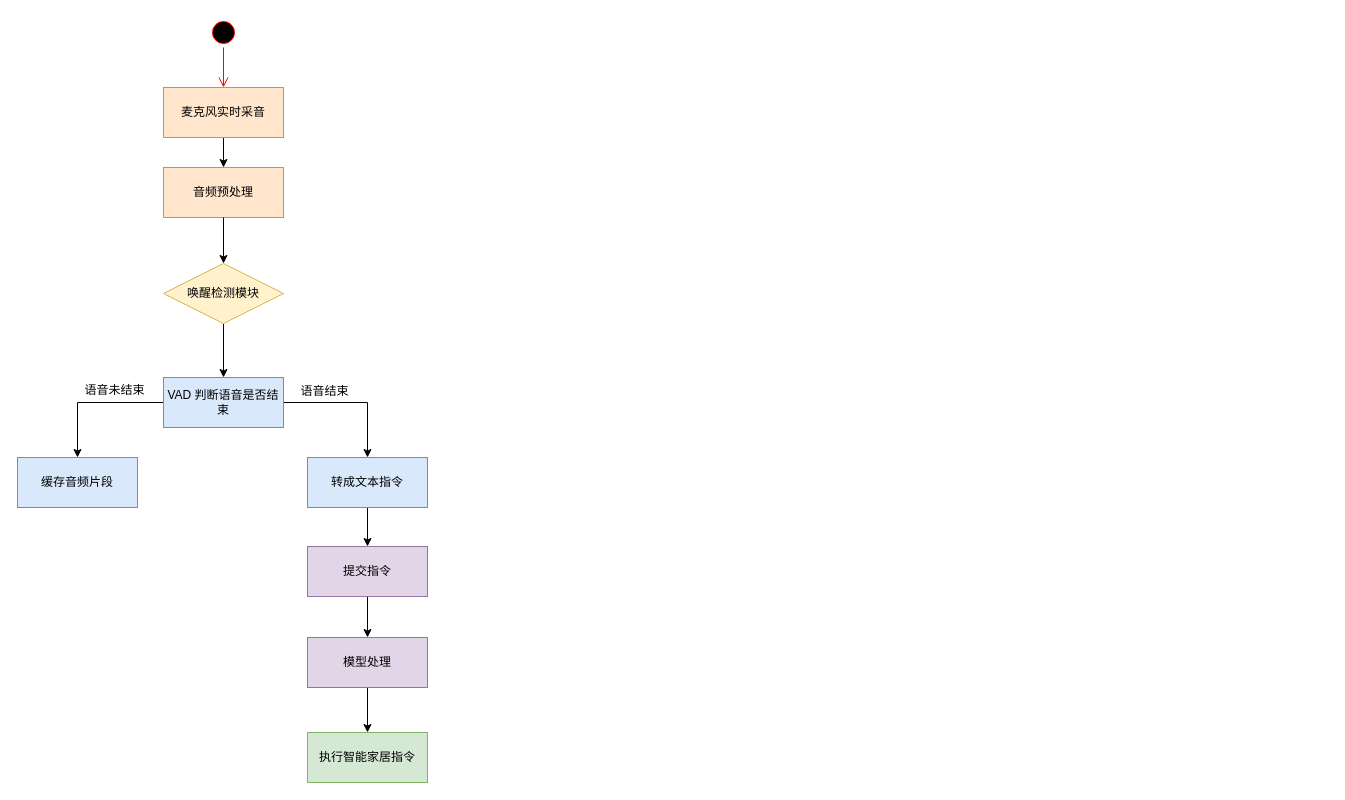
The draw.io diagram doc/voice.drawio in DEDE4306/WiseHome, before the edit. Source tidied: cells renumbered, new cells numbered last; positions are measured from the earlier drawing's top-left corner, leaving out a move shared by most shapes. Both pictures are drawn from the tidied source at 100%, with x=0, y=0 at pixel (17, 17).
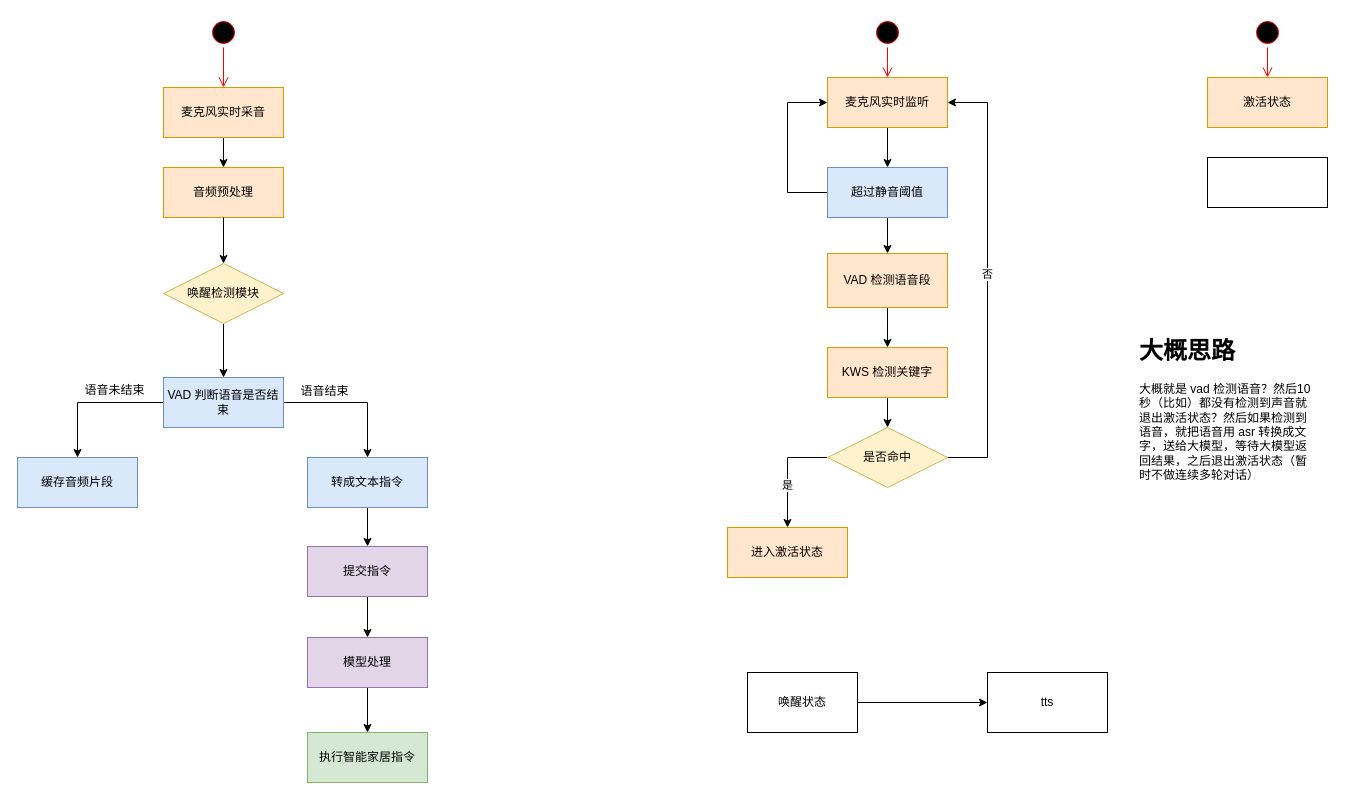
The same diagram, later.

Diff of the diagram source:
```diff
@@
+    <mxCell id="23" style="ellipse;html=1;shape=startState;fillColor=#000000;strokeColor=#ff0000;" parent="1" vertex="1">
+      <mxGeometry x="855" width="30" height="30" as="geometry" />
+    </mxCell>
+    <mxCell id="24" style="edgeStyle=orthogonalEdgeStyle;html=1;verticalAlign=bottom;endArrow=open;endSize=8;strokeColor=#ff0000;rounded=0;" parent="1" edge="1" source="23">
+      <mxGeometry relative="1" as="geometry">
+        <mxPoint x="870" y="60" as="targetPoint" />
+      </mxGeometry>
+    </mxCell>
+    <mxCell id="25" style="edgeStyle=orthogonalEdgeStyle;rounded=0;jettySize=auto;html=1;exitX=0.5;exitY=1;exitDx=0;exitDy=0;entryX=0.5;entryY=0;entryDx=0;entryDy=0;" parent="1" edge="1" source="26" target="29">
+      <mxGeometry relative="1" as="geometry" />
+    </mxCell>
+    <mxCell id="26" value="麦克风实时监听" style="rounded=0;whiteSpace=wrap;html=1;fillColor=#ffe6cc;strokeColor=#d79b00;" parent="1" vertex="1">
+      <mxGeometry x="810" y="60" width="120" height="50" as="geometry" />
+    </mxCell>
+    <mxCell id="27" style="edgeStyle=orthogonalEdgeStyle;rounded=0;jettySize=auto;html=1;exitX=0.5;exitY=1;exitDx=0;exitDy=0;entryX=0.5;entryY=0;entryDx=0;entryDy=0;" parent="1" edge="1" source="29" target="31">
+      <mxGeometry relative="1" as="geometry" />
+    </mxCell>
+    <mxCell id="28" style="edgeStyle=orthogonalEdgeStyle;rounded=0;jettySize=auto;html=1;exitX=0;exitY=0.5;exitDx=0;exitDy=0;entryX=0;entryY=0.5;entryDx=0;entryDy=0;" parent="1" edge="1" source="29" target="26">
+      <mxGeometry relative="1" as="geometry">
+        <Array as="points">
+          <mxPoint x="770" y="175" />
+          <mxPoint x="770" y="85" />
+        </Array>
+      </mxGeometry>
+    </mxCell>
+    <mxCell id="29" value="超过静音阈值" style="rounded=0;whiteSpace=wrap;html=1;fillColor=#dae8fc;strokeColor=#6c8ebf;" parent="1" vertex="1">
+      <mxGeometry x="810" y="150" width="120" height="50" as="geometry" />
+    </mxCell>
+    <mxCell id="30" style="edgeStyle=orthogonalEdgeStyle;rounded=0;jettySize=auto;html=1;exitX=0.5;exitY=1;exitDx=0;exitDy=0;entryX=0.5;entryY=0;entryDx=0;entryDy=0;" parent="1" edge="1" source="31" target="33">
+      <mxGeometry relative="1" as="geometry" />
+    </mxCell>
+    <mxCell id="31" value="VAD 检测语音段" style="rounded=0;whiteSpace=wrap;html=1;fillColor=#ffe6cc;strokeColor=#d79b00;" parent="1" vertex="1">
+      <mxGeometry x="810" y="236" width="120" height="54" as="geometry" />
+    </mxCell>
+    <mxCell id="32" style="edgeStyle=orthogonalEdgeStyle;rounded=0;jettySize=auto;html=1;exitX=0.5;exitY=1;exitDx=0;exitDy=0;entryX=0.5;entryY=0;entryDx=0;entryDy=0;" parent="1" edge="1" source="33" target="38">
+      <mxGeometry relative="1" as="geometry" />
+    </mxCell>
+    <mxCell id="33" value="KWS 检测关键字" style="rounded=0;whiteSpace=wrap;html=1;fillColor=#ffe6cc;strokeColor=#d79b00;" parent="1" vertex="1">
+      <mxGeometry x="810" y="330" width="120" height="50" as="geometry" />
+    </mxCell>
+    <mxCell id="34" style="edgeStyle=orthogonalEdgeStyle;rounded=0;jettySize=auto;html=1;exitX=0;exitY=0.5;exitDx=0;exitDy=0;entryX=0.5;entryY=0;entryDx=0;entryDy=0;" parent="1" edge="1" source="38" target="39">
+      <mxGeometry relative="1" as="geometry" />
+    </mxCell>
+    <mxCell id="35" value="是" style="edgeLabel;html=1;align=center;verticalAlign=middle;" parent="34" vertex="1">
+      <mxGeometry x="0.21" y="-1" relative="1" as="geometry" />
+    </mxCell>
+    <mxCell id="36" style="edgeStyle=orthogonalEdgeStyle;rounded=0;jettySize=auto;html=1;exitX=1;exitY=0.5;exitDx=0;exitDy=0;entryX=1;entryY=0.5;entryDx=0;entryDy=0;" parent="1" edge="1" source="38" target="26">
+      <mxGeometry relative="1" as="geometry">
+        <Array as="points">
+          <mxPoint x="970" y="440" />
+          <mxPoint x="970" y="85" />
+        </Array>
+      </mxGeometry>
+    </mxCell>
+    <mxCell id="37" value="否" style="edgeLabel;html=1;align=center;verticalAlign=middle;" parent="36" vertex="1">
+      <mxGeometry x="0.03" y="1" relative="1" as="geometry" />
+    </mxCell>
+    <mxCell id="38" value="是否命中" style="rhombus;whiteSpace=wrap;html=1;fillColor=#fff2cc;strokeColor=#d6b656;" parent="1" vertex="1">
+      <mxGeometry x="810" y="410" width="120" height="60" as="geometry" />
+    </mxCell>
+    <mxCell id="39" value="进入激活状态" style="rounded=0;whiteSpace=wrap;html=1;fillColor=#ffe6cc;strokeColor=#d79b00;" parent="1" vertex="1">
+      <mxGeometry x="710" y="510" width="120" height="50" as="geometry" />
+    </mxCell>
+    <mxCell id="40" value="激活状态" style="rounded=0;whiteSpace=wrap;html=1;fillColor=#ffe6cc;strokeColor=#d79b00;" parent="1" vertex="1">
+      <mxGeometry x="1190" y="60" width="120" height="50" as="geometry" />
+    </mxCell>
+    <mxCell id="41" style="ellipse;html=1;shape=startState;fillColor=#000000;strokeColor=#ff0000;" parent="1" vertex="1">
+      <mxGeometry x="1235" width="30" height="30" as="geometry" />
+    </mxCell>
+    <mxCell id="42" style="edgeStyle=orthogonalEdgeStyle;html=1;verticalAlign=bottom;endArrow=open;endSize=8;strokeColor=#ff0000;rounded=0;" parent="1" edge="1" source="41">
+      <mxGeometry relative="1" as="geometry">
+        <mxPoint x="1250" y="60" as="targetPoint" />
+      </mxGeometry>
+    </mxCell>
+    <mxCell id="43" style="rounded=0;whiteSpace=wrap;html=1;" parent="1" vertex="1">
+      <mxGeometry x="1190" y="140" width="120" height="50" as="geometry" />
+    </mxCell>
+    <mxCell id="44" value="&lt;h1 style=&quot;margin-top: 0px;&quot;&gt;大概思路&lt;/h1&gt;&lt;div&gt;大概就是 vad 检测语音？然后10秒（比如）都没有检测到声音就退出激活状态？然后如果检测到语音，就把语音用 asr 转换成文字，送给大模型，等待大模型返回结果，之后退出激活状态（暂时不做连续多轮对话）&lt;/div&gt;" style="text;html=1;whiteSpace=wrap;overflow=hidden;rounded=0;" parent="1" vertex="1">
+      <mxGeometry x="1120" y="313" width="180" height="217" as="geometry" />
+    </mxCell>
+    <mxCell id="45" style="edgeStyle=orthogonalEdgeStyle;rounded=0;jettySize=auto;html=1;" parent="1" edge="1" source="46" target="47">
+      <mxGeometry relative="1" as="geometry" />
+    </mxCell>
+    <mxCell id="46" value="唤醒状态" style="rounded=0;whiteSpace=wrap;html=1;" parent="1" vertex="1">
+      <mxGeometry x="730" y="655" width="110" height="60" as="geometry" />
+    </mxCell>
+    <mxCell id="47" value="tts" style="rounded=0;whiteSpace=wrap;html=1;" parent="1" vertex="1">
+      <mxGeometry x="970" y="655" width="120" height="60" as="geometry" />
+    </mxCell>
```
